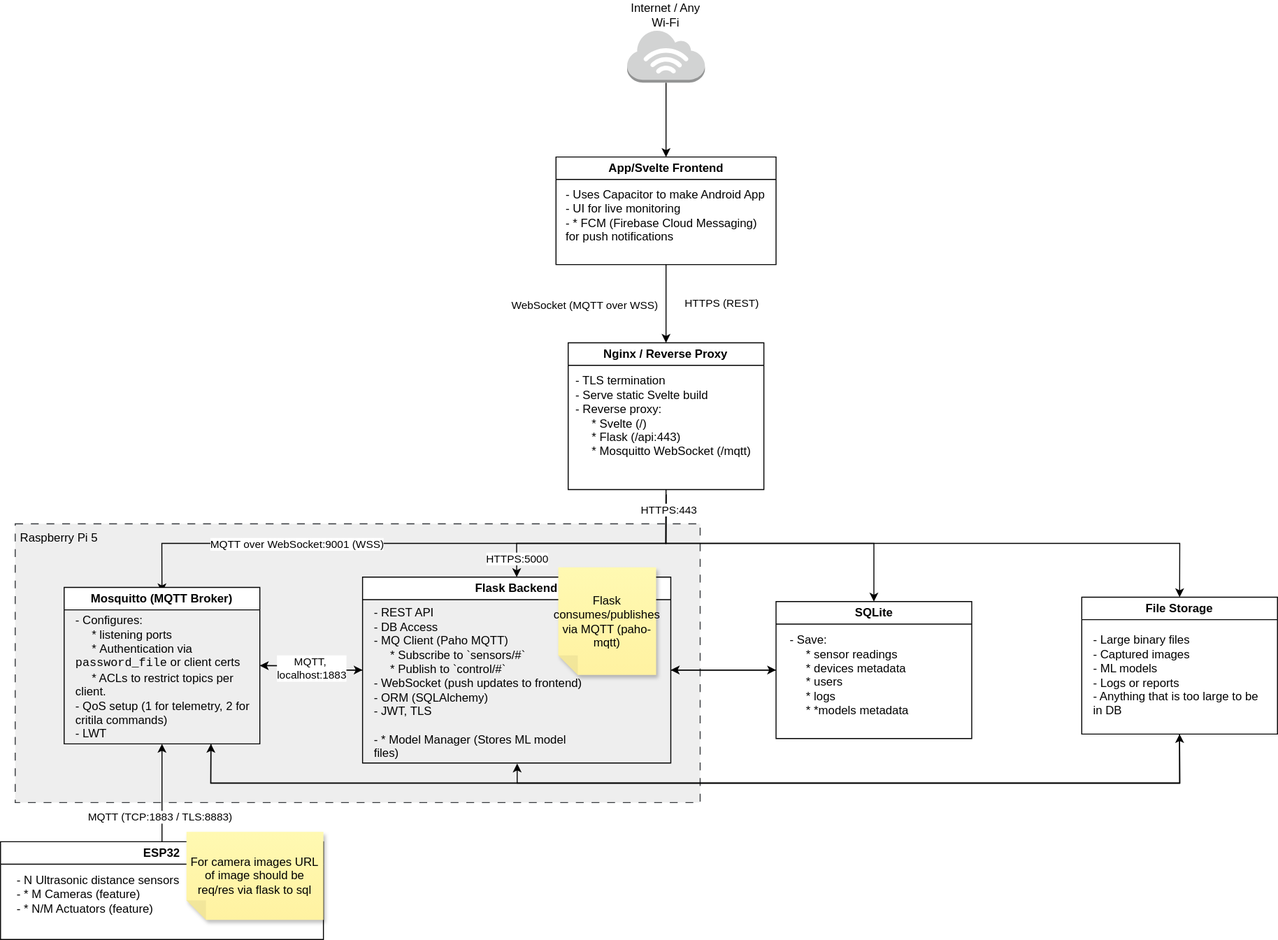
Before: docs/ArchitectureDiagram.drawio.svg, a diagram exported from draw.io (sorykkk/smart-parking). Source tidied: cells renumbered, new cells last; positions are measured from the earlier drawing's top-left corner, leaving out a move shared by most shapes. Source of this version:
```xml
<mxGraphModel>
  <root>
    <mxCell id="0" />
    <mxCell id="1" parent="0" />
    <mxCell id="2" style="rounded=0;whiteSpace=wrap;html=1;fillColor=#eeeeee;dashed=1;dashPattern=8 8;strokeColor=#36393d;" parent="1" vertex="1">
      <mxGeometry x="15" y="535" width="700" height="285" as="geometry" />
    </mxCell>
    <mxCell id="3" style="edgeStyle=orthogonalEdgeStyle;rounded=0;jettySize=auto;html=1;exitX=0.5;exitY=1;exitDx=0;exitDy=0;exitPerimeter=0;entryX=0.5;entryY=0;entryDx=0;entryDy=0;" parent="1" edge="1" source="4" target="9">
      <mxGeometry relative="1" as="geometry" />
    </mxCell>
    <mxCell id="4" style="outlineConnect=0;dashed=0;verticalLabelPosition=bottom;verticalAlign=top;align=center;html=1;shape=mxgraph.aws3.internet_3;fillColor=#D2D3D3;gradientColor=none;" parent="1" vertex="1">
      <mxGeometry x="640.4" y="30" width="79.5" height="54" as="geometry" />
    </mxCell>
    <mxCell id="5" value="&lt;div&gt;Internet / Any Wi-Fi&lt;/div&gt;" style="text;html=1;whiteSpace=wrap;strokeColor=none;fillColor=none;align=center;verticalAlign=middle;rounded=0;" parent="1" vertex="1">
      <mxGeometry x="635" width="90.2" height="30" as="geometry" />
    </mxCell>
    <mxCell id="6" style="edgeStyle=orthogonalEdgeStyle;rounded=0;jettySize=auto;html=1;exitX=0.5;exitY=1;exitDx=0;exitDy=0;entryX=0.5;entryY=0;entryDx=0;entryDy=0;" parent="1" edge="1" source="9" target="28">
      <mxGeometry relative="1" as="geometry" />
    </mxCell>
    <mxCell id="7" value="WebSocket (MQTT over WSS)" style="edgeLabel;html=1;align=center;verticalAlign=middle;" parent="6" vertex="1">
      <mxGeometry x="-0.3" y="-1" relative="1" as="geometry">
        <mxPoint x="-84" y="12" as="offset" />
      </mxGeometry>
    </mxCell>
    <mxCell id="8" value="HTTPS (REST)" style="edgeLabel;html=1;align=center;verticalAlign=middle;" parent="6" vertex="1">
      <mxGeometry x="0.28" y="1" relative="1" as="geometry">
        <mxPoint x="54" y="-13" as="offset" />
      </mxGeometry>
    </mxCell>
    <mxCell id="9" value="&lt;div&gt;App/Svelte Frontend&lt;/div&gt;" style="swimlane;whiteSpace=wrap;html=1;" parent="1" vertex="1">
      <mxGeometry x="567.7" y="160" width="224.9" height="110" as="geometry" />
    </mxCell>
    <mxCell id="10" value="&lt;div&gt;- Uses Capacitor to make Android App&lt;/div&gt;&lt;div&gt;- UI for live monitoring&lt;/div&gt;&lt;div&gt;- * FCM (Firebase Cloud Messaging) for push notifications&lt;/div&gt;" style="text;html=1;whiteSpace=wrap;strokeColor=none;fillColor=none;align=left;verticalAlign=middle;rounded=0;" parent="9" vertex="1">
      <mxGeometry x="8.7" y="30" width="207.5" height="60" as="geometry" />
    </mxCell>
    <mxCell id="11" style="edgeStyle=orthogonalEdgeStyle;rounded=0;jettySize=auto;html=1;exitX=0.5;exitY=0;exitDx=0;exitDy=0;entryX=0.5;entryY=1;entryDx=0;entryDy=0;" parent="1" edge="1" source="13" target="33">
      <mxGeometry relative="1" as="geometry" />
    </mxCell>
    <mxCell id="12" value="MQTT (TCP:1883 / TLS:8883)" style="edgeLabel;html=1;align=center;verticalAlign=middle;" parent="11" vertex="1">
      <mxGeometry x="-0.21" y="3" relative="1" as="geometry">
        <mxPoint y="14" as="offset" />
      </mxGeometry>
    </mxCell>
    <mxCell id="13" value="ESP32" style="swimlane;whiteSpace=wrap;html=1;" parent="1" vertex="1">
      <mxGeometry y="860" width="330" height="100" as="geometry" />
    </mxCell>
    <mxCell id="14" value="&lt;div&gt;- N Ultrasonic distance sensors&lt;/div&gt;&lt;div&gt;- * M Cameras (feature)&lt;/div&gt;&lt;div&gt;- * N/M Actuators (feature)&lt;/div&gt;" style="text;html=1;whiteSpace=wrap;strokeColor=none;fillColor=none;align=left;verticalAlign=middle;rounded=0;" parent="13" vertex="1">
      <mxGeometry x="15" y="28" width="170" height="52" as="geometry" />
    </mxCell>
    <mxCell id="15" value="For camera images URL of image should be req/res via flask to sql" style="shape=note;whiteSpace=wrap;html=1;backgroundOutline=1;fontColor=#000000;darkOpacity=0.05;fillColor=#FFF9B2;strokeColor=none;fillStyle=solid;direction=west;gradientDirection=north;gradientColor=#FFF2A1;shadow=1;size=20;" parent="13" vertex="1">
      <mxGeometry x="190" y="-10" width="140" height="90" as="geometry" />
    </mxCell>
    <mxCell id="16" style="edgeStyle=orthogonalEdgeStyle;rounded=0;jettySize=auto;html=1;exitX=0;exitY=0.5;exitDx=0;exitDy=0;entryX=1;entryY=0.5;entryDx=0;entryDy=0;" parent="1" edge="1" source="18" target="33">
      <mxGeometry relative="1" as="geometry" />
    </mxCell>
    <mxCell id="17" style="edgeStyle=orthogonalEdgeStyle;rounded=0;jettySize=auto;html=1;exitX=1;exitY=0.5;exitDx=0;exitDy=0;entryX=0;entryY=0.5;entryDx=0;entryDy=0;" parent="1" edge="1" source="18" target="36">
      <mxGeometry relative="1" as="geometry" />
    </mxCell>
    <mxCell id="18" value="Flask Backend" style="swimlane;whiteSpace=wrap;html=1;" parent="1" vertex="1">
      <mxGeometry x="370" y="589.5" width="315" height="190" as="geometry" />
    </mxCell>
    <mxCell id="19" value="&lt;div align=&quot;left&quot;&gt;- REST API&lt;/div&gt;&lt;div align=&quot;left&quot;&gt;- DB Access&lt;/div&gt;&lt;div align=&quot;left&quot;&gt;- MQ Client (Paho MQTT)&lt;/div&gt;&lt;div align=&quot;left&quot;&gt;&amp;nbsp; &amp;nbsp; &amp;nbsp;* Subscribe to `sensors/#`&lt;/div&gt;&lt;div align=&quot;left&quot;&gt;&amp;nbsp; &amp;nbsp; &amp;nbsp;* Publish to `control/#`&lt;/div&gt;&lt;div align=&quot;left&quot;&gt;- WebSocket (push updates to frontend)&lt;/div&gt;&lt;div align=&quot;left&quot;&gt;- ORM (SQLAlchemy)&lt;/div&gt;&lt;div align=&quot;left&quot;&gt;- JWT, TLS&lt;/div&gt;&lt;br&gt;&lt;div align=&quot;left&quot;&gt;- * Model Manager (Stores ML model files)&lt;/div&gt;" style="text;html=1;whiteSpace=wrap;strokeColor=none;fillColor=none;align=left;verticalAlign=middle;rounded=0;" parent="18" vertex="1">
      <mxGeometry x="10" y="28" width="220" height="160" as="geometry" />
    </mxCell>
    <mxCell id="20" value="Flask consumes/publishes via MQTT (paho-mqtt)" style="shape=note;whiteSpace=wrap;html=1;backgroundOutline=1;fontColor=#000000;darkOpacity=0.05;fillColor=#FFF9B2;strokeColor=none;fillStyle=solid;direction=west;gradientDirection=north;gradientColor=#FFF2A1;shadow=1;size=20;" parent="18" vertex="1">
      <mxGeometry x="200" y="-10" width="100" height="110" as="geometry" />
    </mxCell>
    <mxCell id="21" style="edgeStyle=orthogonalEdgeStyle;rounded=0;orthogonalLoop=1;jettySize=auto;html=1;exitX=0.5;exitY=1;exitDx=0;exitDy=0;entryX=0.5;entryY=0;entryDx=0;entryDy=0;" parent="1" edge="1">
      <mxGeometry relative="1" as="geometry">
        <mxPoint x="680.1" y="505" as="sourcePoint" />
        <mxPoint x="165" y="605" as="targetPoint" />
        <Array as="points">
          <mxPoint x="680" y="555" />
          <mxPoint x="165" y="555" />
        </Array>
      </mxGeometry>
    </mxCell>
    <mxCell id="22" value="MQTT over WebSocket:9001 (WSS)" style="edgeLabel;html=1;align=center;verticalAlign=middle;" parent="21" vertex="1">
      <mxGeometry x="0.4" relative="1" as="geometry" />
    </mxCell>
    <mxCell id="23" style="edgeStyle=orthogonalEdgeStyle;rounded=0;jettySize=auto;html=1;exitX=0.5;exitY=1;exitDx=0;exitDy=0;entryX=0.5;entryY=0;entryDx=0;entryDy=0;" parent="1" edge="1" target="18">
      <mxGeometry relative="1" as="geometry">
        <mxPoint x="680.1" y="505" as="sourcePoint" />
        <Array as="points">
          <mxPoint x="680" y="555" />
          <mxPoint x="527" y="555" />
        </Array>
      </mxGeometry>
    </mxCell>
    <mxCell id="24" value="HTTPS:5000" style="edgeLabel;html=1;align=center;verticalAlign=middle;" parent="23" vertex="1">
      <mxGeometry x="0.83" y="-1" relative="1" as="geometry" />
    </mxCell>
    <mxCell id="25" style="edgeStyle=orthogonalEdgeStyle;rounded=0;jettySize=auto;html=1;exitX=0.5;exitY=1;exitDx=0;exitDy=0;entryX=0.5;entryY=0;entryDx=0;entryDy=0;" parent="1" edge="1" target="36">
      <mxGeometry relative="1" as="geometry">
        <mxPoint x="680.1" y="505" as="sourcePoint" />
        <Array as="points">
          <mxPoint x="680" y="555" />
          <mxPoint x="893" y="555" />
        </Array>
      </mxGeometry>
    </mxCell>
    <mxCell id="26" style="edgeStyle=orthogonalEdgeStyle;rounded=0;jettySize=auto;html=1;exitX=0.5;exitY=1;exitDx=0;exitDy=0;entryX=0.5;entryY=0;entryDx=0;entryDy=0;" parent="1" edge="1" source="28" target="40">
      <mxGeometry relative="1" as="geometry" />
    </mxCell>
    <mxCell id="27" value="HTTPS:443" style="edgeLabel;html=1;align=center;verticalAlign=middle;" parent="26" vertex="1">
      <mxGeometry x="-0.94" y="1" relative="1" as="geometry" />
    </mxCell>
    <mxCell id="28" value="Nginx / Reverse Proxy" style="swimlane;whiteSpace=wrap;html=1;" parent="1" vertex="1">
      <mxGeometry x="580.1" y="350" width="200" height="150" as="geometry" />
    </mxCell>
    <mxCell id="29" value="&lt;div align=&quot;left&quot;&gt;- TLS termination&lt;/div&gt;&lt;div align=&quot;left&quot;&gt;- Serve static Svelte build&amp;nbsp;&lt;/div&gt;&lt;div align=&quot;left&quot;&gt;- Reverse proxy:&lt;/div&gt;&lt;div align=&quot;left&quot;&gt;&amp;nbsp; &amp;nbsp; &amp;nbsp;* Svelte (/)&amp;nbsp;&lt;/div&gt;&lt;div align=&quot;left&quot;&gt;&amp;nbsp; &amp;nbsp; &amp;nbsp;* Flask (/api:443)&lt;/div&gt;&lt;div align=&quot;left&quot;&gt;&amp;nbsp; &amp;nbsp; &amp;nbsp;*&amp;nbsp;Mosquitto WebSocket (/mqtt)&amp;nbsp;&lt;/div&gt;" style="text;html=1;whiteSpace=wrap;strokeColor=none;fillColor=none;align=left;verticalAlign=middle;rounded=0;" parent="28" vertex="1">
      <mxGeometry x="6.2" y="31.2" width="187.6" height="87.5" as="geometry" />
    </mxCell>
    <mxCell id="30" style="edgeStyle=orthogonalEdgeStyle;rounded=0;jettySize=auto;html=1;exitX=1;exitY=0.5;exitDx=0;exitDy=0;entryX=0;entryY=0.5;entryDx=0;entryDy=0;" parent="1" edge="1" source="33" target="18">
      <mxGeometry relative="1" as="geometry" />
    </mxCell>
    <mxCell id="31" value="&lt;div&gt;MQTT,&amp;nbsp;&lt;/div&gt;&lt;div&gt;localhost:1883&lt;/div&gt;" style="edgeLabel;html=1;align=center;verticalAlign=middle;" parent="30" vertex="1">
      <mxGeometry x="-0.01" y="-1" relative="1" as="geometry" />
    </mxCell>
    <mxCell id="32" style="edgeStyle=orthogonalEdgeStyle;rounded=0;jettySize=auto;html=1;exitX=0.75;exitY=1;exitDx=0;exitDy=0;entryX=0.5;entryY=1;entryDx=0;entryDy=0;" parent="1" edge="1" source="33" target="40">
      <mxGeometry relative="1" as="geometry">
        <Array as="points">
          <mxPoint x="215" y="800" />
          <mxPoint x="1205" y="800" />
        </Array>
      </mxGeometry>
    </mxCell>
    <mxCell id="33" value="Mosquitto (MQTT Broker)" style="swimlane;whiteSpace=wrap;html=1;startSize=23;" parent="1" vertex="1">
      <mxGeometry x="65" y="600" width="200" height="160" as="geometry" />
    </mxCell>
    <mxCell id="34" value="&lt;div&gt;- Configures:&amp;nbsp;&lt;/div&gt;&lt;div&gt;&amp;nbsp; &amp;nbsp; &amp;nbsp;* listening ports&lt;/div&gt;&lt;div&gt;&amp;nbsp; &amp;nbsp; &amp;nbsp;*&amp;nbsp;Authentication via &lt;code&gt;password_file&lt;/code&gt; or client certs&lt;/div&gt;&lt;div&gt;&amp;nbsp; &amp;nbsp; &amp;nbsp;* ACLs to restrict topics per client.&lt;/div&gt;&lt;div&gt;- QoS setup (1 for telemetry, 2 for critila commands)&lt;/div&gt;&lt;div&gt;- LWT&lt;/div&gt;" style="text;html=1;whiteSpace=wrap;strokeColor=none;fillColor=none;align=left;verticalAlign=middle;rounded=0;" parent="33" vertex="1">
      <mxGeometry x="10" y="26.8" width="180" height="131.2" as="geometry" />
    </mxCell>
    <mxCell id="35" style="edgeStyle=orthogonalEdgeStyle;rounded=0;jettySize=auto;html=1;exitX=0;exitY=0.5;exitDx=0;exitDy=0;entryX=1;entryY=0.5;entryDx=0;entryDy=0;" parent="1" edge="1" source="36" target="18">
      <mxGeometry relative="1" as="geometry" />
    </mxCell>
    <mxCell id="36" value="SQLite" style="swimlane;whiteSpace=wrap;html=1;" parent="1" vertex="1">
      <mxGeometry x="792.6" y="614.5" width="200" height="140" as="geometry" />
    </mxCell>
    <mxCell id="37" value="&lt;div&gt;- Save:&lt;/div&gt;&lt;div&gt;&amp;nbsp; &amp;nbsp; &amp;nbsp;* sensor readings&lt;/div&gt;&lt;div&gt;&amp;nbsp; &amp;nbsp; &amp;nbsp;* devices metadata&lt;/div&gt;&lt;div&gt;&amp;nbsp; &amp;nbsp; &amp;nbsp;* users&lt;/div&gt;&lt;div&gt;&amp;nbsp; &amp;nbsp; &amp;nbsp;* logs&lt;/div&gt;&lt;div&gt;&amp;nbsp; &amp;nbsp; &amp;nbsp;* *models metadata&lt;/div&gt;&lt;div&gt;&lt;br&gt;&lt;/div&gt;" style="text;html=1;whiteSpace=wrap;strokeColor=none;fillColor=none;align=left;verticalAlign=middle;rounded=0;" parent="36" vertex="1">
      <mxGeometry x="12.4" y="35" width="177.6" height="95" as="geometry" />
    </mxCell>
    <mxCell id="38" style="edgeStyle=orthogonalEdgeStyle;rounded=0;jettySize=auto;html=1;exitX=0.5;exitY=1;exitDx=0;exitDy=0;entryX=0.5;entryY=1;entryDx=0;entryDy=0;" parent="1" edge="1" source="40" target="18">
      <mxGeometry relative="1" as="geometry">
        <Array as="points">
          <mxPoint x="1205" y="800" />
          <mxPoint x="528" y="800" />
          <mxPoint x="528" y="780" />
          <mxPoint x="527" y="780" />
        </Array>
      </mxGeometry>
    </mxCell>
    <mxCell id="39" style="edgeStyle=orthogonalEdgeStyle;rounded=0;jettySize=auto;html=1;exitX=0.5;exitY=1;exitDx=0;exitDy=0;entryX=0.75;entryY=1;entryDx=0;entryDy=0;" parent="1" edge="1" source="40" target="33">
      <mxGeometry relative="1" as="geometry">
        <Array as="points">
          <mxPoint x="1205" y="800" />
          <mxPoint x="215" y="800" />
        </Array>
      </mxGeometry>
    </mxCell>
    <mxCell id="40" value="File Storage" style="swimlane;whiteSpace=wrap;html=1;" parent="1" vertex="1">
      <mxGeometry x="1105" y="610" width="200" height="140" as="geometry" />
    </mxCell>
    <mxCell id="41" value="&lt;div&gt;- Large binary files&lt;/div&gt;&lt;div&gt;- Captured images&lt;/div&gt;&lt;div&gt;- ML models&lt;/div&gt;&lt;div&gt;- Logs or reports&lt;/div&gt;&lt;div&gt;- Anything that is too large to be in DB&lt;/div&gt;" style="text;html=1;whiteSpace=wrap;strokeColor=none;fillColor=none;align=left;verticalAlign=middle;rounded=0;" parent="40" vertex="1">
      <mxGeometry x="10" y="39.5" width="180" height="80" as="geometry" />
    </mxCell>
    <mxCell id="42" value="Raspberry Pi 5" style="text;html=1;whiteSpace=wrap;strokeColor=none;fillColor=none;align=center;verticalAlign=middle;rounded=0;" parent="1" vertex="1">
      <mxGeometry x="15" y="535" width="90" height="30" as="geometry" />
    </mxCell>
  </root>
</mxGraphModel>
```
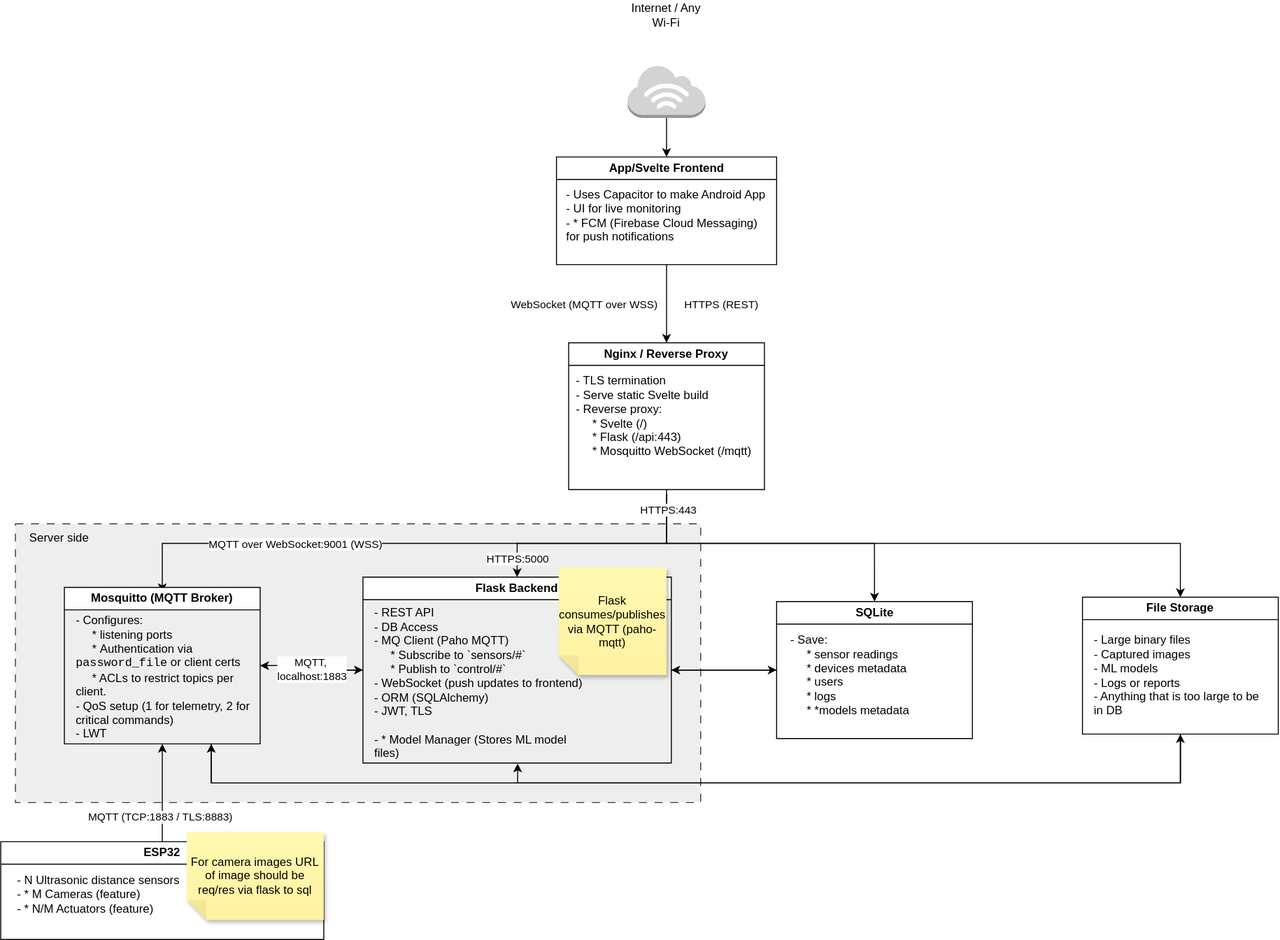
The same diagram one commit later.

What changed in the source:
```diff
@@ -9,7 +9,7 @@
       <mxGeometry relative="1" as="geometry" />
     </mxCell>
     <mxCell id="4" style="outlineConnect=0;dashed=0;verticalLabelPosition=bottom;verticalAlign=top;align=center;html=1;shape=mxgraph.aws3.internet_3;fillColor=#D2D3D3;gradientColor=none;" parent="1" vertex="1">
-      <mxGeometry x="640.4" y="30" width="79.5" height="54" as="geometry" />
+      <mxGeometry x="640.4" y="66" width="79.5" height="54" as="geometry" />
     </mxCell>
     <mxCell id="5" value="&lt;div&gt;Internet / Any Wi-Fi&lt;/div&gt;" style="text;html=1;whiteSpace=wrap;strokeColor=none;fillColor=none;align=center;verticalAlign=middle;rounded=0;" parent="1" vertex="1">
       <mxGeometry x="635" width="90.2" height="30" as="geometry" />
@@ -63,7 +63,7 @@
       <mxGeometry x="10" y="28" width="220" height="160" as="geometry" />
     </mxCell>
     <mxCell id="20" value="Flask consumes/publishes via MQTT (paho-mqtt)" style="shape=note;whiteSpace=wrap;html=1;backgroundOutline=1;fontColor=#000000;darkOpacity=0.05;fillColor=#FFF9B2;strokeColor=none;fillStyle=solid;direction=west;gradientDirection=north;gradientColor=#FFF2A1;shadow=1;size=20;" parent="18" vertex="1">
-      <mxGeometry x="200" y="-10" width="100" height="110" as="geometry" />
+      <mxGeometry x="200" y="-10" width="110" height="110" as="geometry" />
     </mxCell>
     <mxCell id="21" style="edgeStyle=orthogonalEdgeStyle;rounded=0;orthogonalLoop=1;jettySize=auto;html=1;exitX=0.5;exitY=1;exitDx=0;exitDy=0;entryX=0.5;entryY=0;entryDx=0;entryDy=0;" parent="1" edge="1">
       <mxGeometry relative="1" as="geometry">
@@ -128,7 +128,7 @@
     <mxCell id="33" value="Mosquitto (MQTT Broker)" style="swimlane;whiteSpace=wrap;html=1;startSize=23;" parent="1" vertex="1">
       <mxGeometry x="65" y="600" width="200" height="160" as="geometry" />
     </mxCell>
-    <mxCell id="34" value="&lt;div&gt;- Configures:&amp;nbsp;&lt;/div&gt;&lt;div&gt;&amp;nbsp; &amp;nbsp; &amp;nbsp;* listening ports&lt;/div&gt;&lt;div&gt;&amp;nbsp; &amp;nbsp; &amp;nbsp;*&amp;nbsp;Authentication via &lt;code&gt;password_file&lt;/code&gt; or client certs&lt;/div&gt;&lt;div&gt;&amp;nbsp; &amp;nbsp; &amp;nbsp;* ACLs to restrict topics per client.&lt;/div&gt;&lt;div&gt;- QoS setup (1 for telemetry, 2 for critila commands)&lt;/div&gt;&lt;div&gt;- LWT&lt;/div&gt;" style="text;html=1;whiteSpace=wrap;strokeColor=none;fillColor=none;align=left;verticalAlign=middle;rounded=0;" parent="33" vertex="1">
+    <mxCell id="34" value="&lt;div&gt;- Configures:&amp;nbsp;&lt;/div&gt;&lt;div&gt;&amp;nbsp; &amp;nbsp; &amp;nbsp;* listening ports&lt;/div&gt;&lt;div&gt;&amp;nbsp; &amp;nbsp; &amp;nbsp;*&amp;nbsp;Authentication via &lt;code&gt;password_file&lt;/code&gt; or client certs&lt;/div&gt;&lt;div&gt;&amp;nbsp; &amp;nbsp; &amp;nbsp;* ACLs to restrict topics per client.&lt;/div&gt;&lt;div&gt;- QoS setup (1 for telemetry, 2 for critical commands)&lt;/div&gt;&lt;div&gt;- LWT&lt;/div&gt;" style="text;html=1;whiteSpace=wrap;strokeColor=none;fillColor=none;align=left;verticalAlign=middle;rounded=0;" parent="33" vertex="1">
       <mxGeometry x="10" y="26.8" width="180" height="131.2" as="geometry" />
     </mxCell>
     <mxCell id="35" style="edgeStyle=orthogonalEdgeStyle;rounded=0;jettySize=auto;html=1;exitX=0;exitY=0.5;exitDx=0;exitDy=0;entryX=1;entryY=0.5;entryDx=0;entryDy=0;" parent="1" edge="1" source="36" target="18">
@@ -164,7 +164,7 @@
     <mxCell id="41" value="&lt;div&gt;- Large binary files&lt;/div&gt;&lt;div&gt;- Captured images&lt;/div&gt;&lt;div&gt;- ML models&lt;/div&gt;&lt;div&gt;- Logs or reports&lt;/div&gt;&lt;div&gt;- Anything that is too large to be in DB&lt;/div&gt;" style="text;html=1;whiteSpace=wrap;strokeColor=none;fillColor=none;align=left;verticalAlign=middle;rounded=0;" parent="40" vertex="1">
       <mxGeometry x="10" y="39.5" width="180" height="80" as="geometry" />
     </mxCell>
-    <mxCell id="42" value="Raspberry Pi 5" style="text;html=1;whiteSpace=wrap;strokeColor=none;fillColor=none;align=center;verticalAlign=middle;rounded=0;" parent="1" vertex="1">
+    <mxCell id="42" value="Server side" style="text;html=1;whiteSpace=wrap;strokeColor=none;fillColor=none;align=center;verticalAlign=middle;rounded=0;" parent="1" vertex="1">
       <mxGeometry x="15" y="535" width="90" height="30" as="geometry" />
     </mxCell>
   </root>
```
